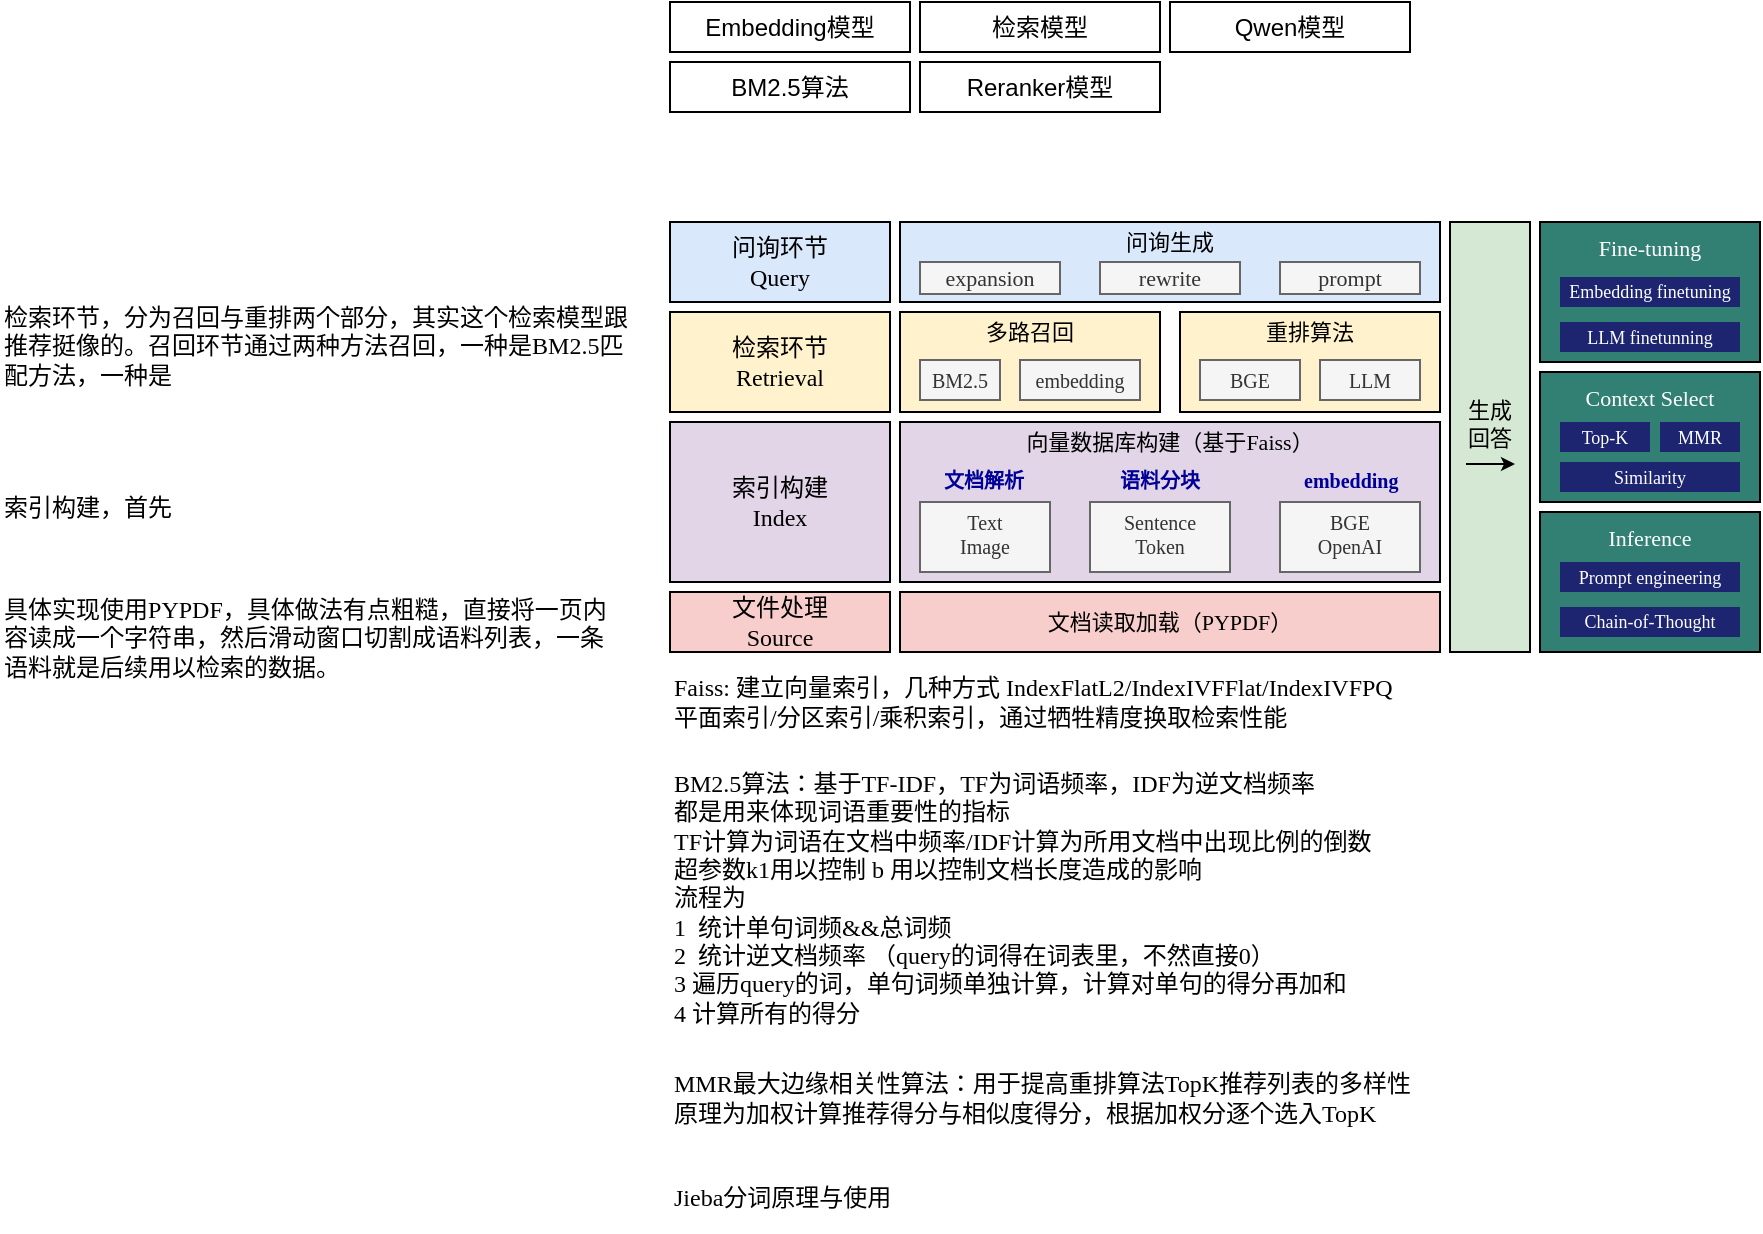
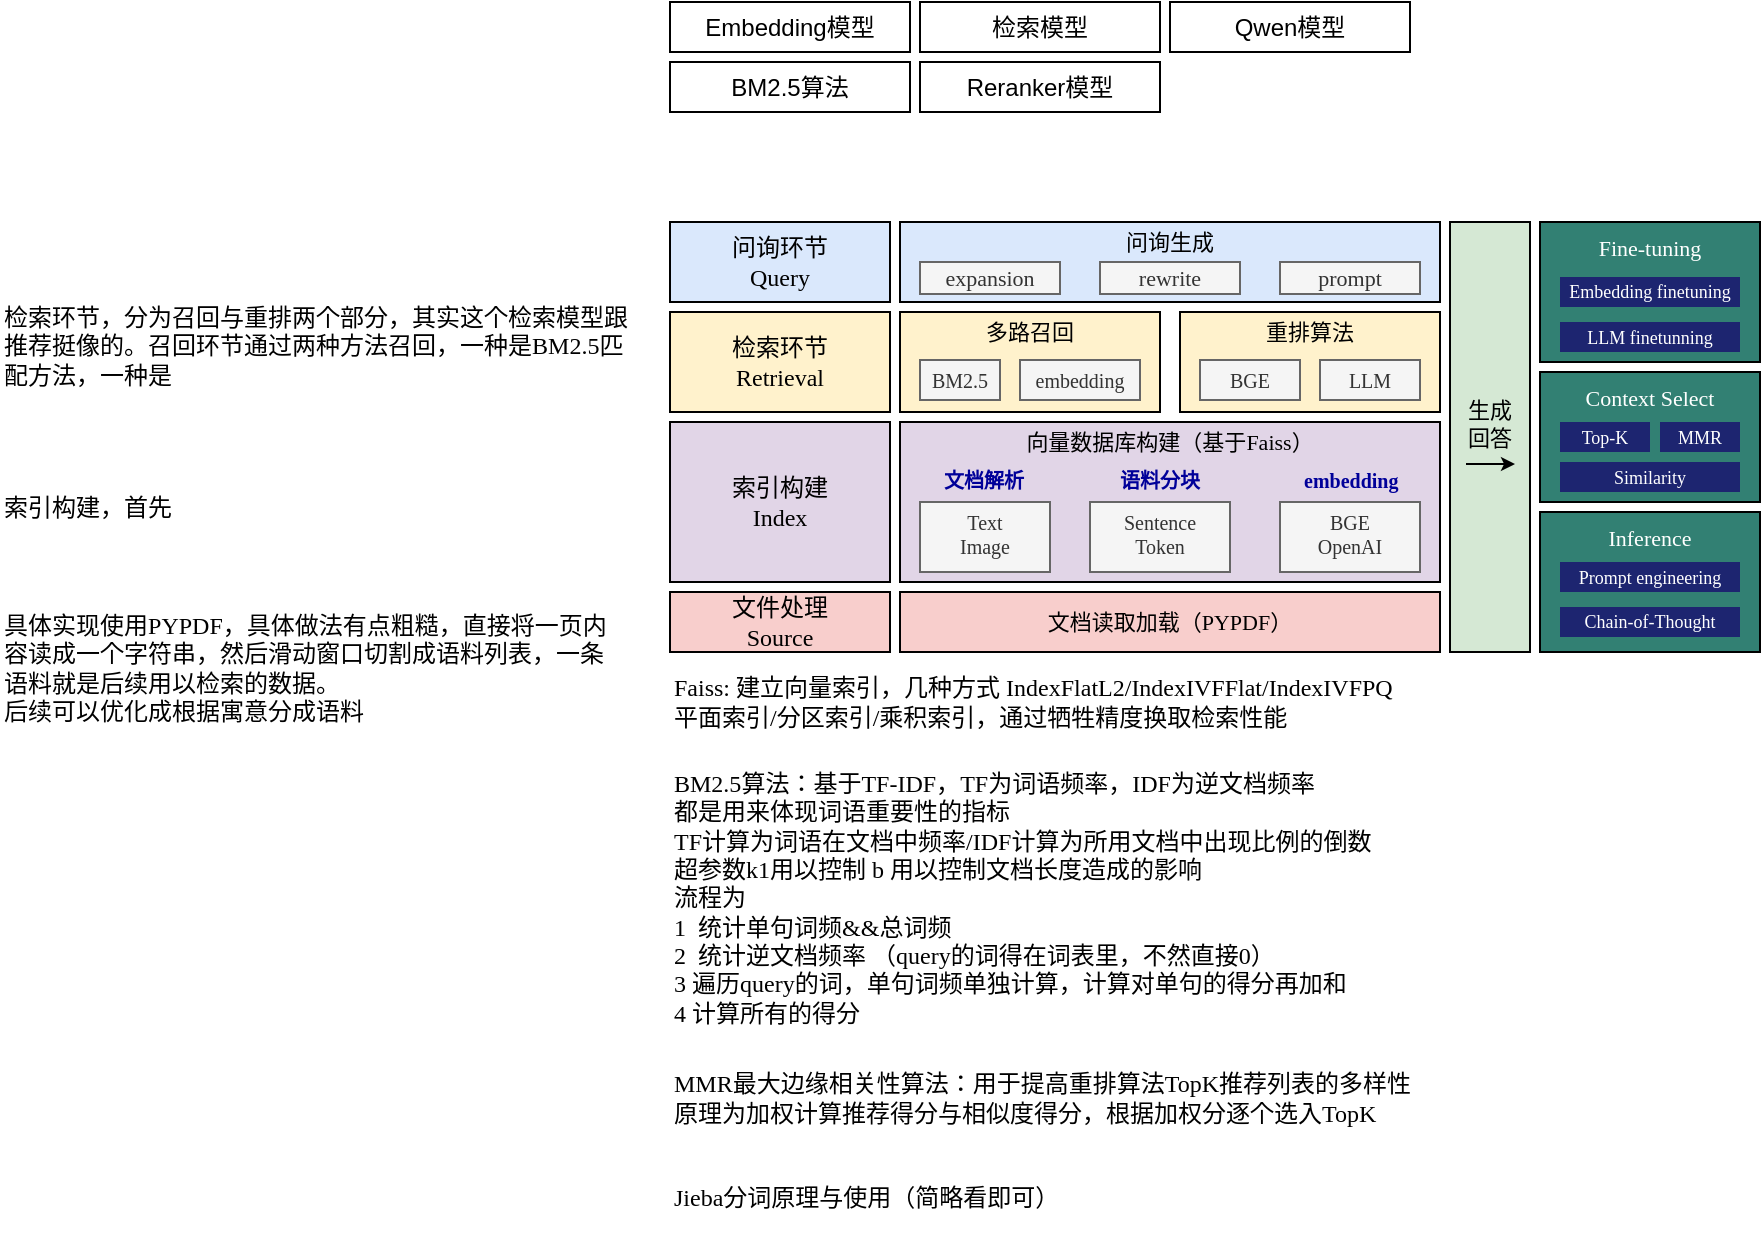
- <mxfile host="app.diagrams.net" agent="Mozilla/5.0 (Windows NT 10.0; Win64; x64) AppleWebKit/537.36 (KHTML, like Gecko) Chrome/127.0.0.0 Safari/537.36 Edg/127.0.0.0" version="24.7.7">
+ <mxfile host="app.diagrams.net" agent="Mozilla/5.0 (Macintosh; Intel Mac OS X 10_15_7) AppleWebKit/537.36 (KHTML, like Gecko) Chrome/144.0.0.0 Safari/537.36" version="29.5.5">
  <diagram name="第 1 页" id="MafnV5kA-N-Bn0CcQXsm">
-     <mxGraphModel dx="1802" dy="834" grid="1" gridSize="5" guides="1" tooltips="1" connect="1" arrows="1" fold="1" page="0" pageScale="1" pageWidth="827" pageHeight="1169" math="0" shadow="0">
+     <mxGraphModel dx="1681" dy="901" grid="1" gridSize="5" guides="1" tooltips="1" connect="1" arrows="1" fold="1" page="0" pageScale="1" pageWidth="827" pageHeight="1169" math="0" shadow="0">
      <root>
        <mxCell id="0" />
        <mxCell id="1" parent="0" />
-         <mxCell id="W3ZhN9rzalotpdxbDRm3-1" value="Qwen模型" style="rounded=0;whiteSpace=wrap;html=1;" parent="1" vertex="1">
-           <mxGeometry x="165" y="-50" width="120" height="25" as="geometry" />
+         <mxCell id="W3ZhN9rzalotpdxbDRm3-1" parent="1" style="rounded=0;whiteSpace=wrap;html=1;" value="Qwen模型" vertex="1">
+           <mxGeometry height="25" width="120" x="165" y="-50" as="geometry" />
        </mxCell>
-         <mxCell id="W3ZhN9rzalotpdxbDRm3-2" value="Embedding模型" style="rounded=0;whiteSpace=wrap;html=1;" parent="1" vertex="1">
-           <mxGeometry x="-85" y="-50" width="120" height="25" as="geometry" />
+         <mxCell id="W3ZhN9rzalotpdxbDRm3-2" parent="1" style="rounded=0;whiteSpace=wrap;html=1;" value="Embedding模型" vertex="1">
+           <mxGeometry height="25" width="120" x="-85" y="-50" as="geometry" />
        </mxCell>
-         <mxCell id="W3ZhN9rzalotpdxbDRm3-3" value="BM2.5算法" style="rounded=0;whiteSpace=wrap;html=1;" parent="1" vertex="1">
-           <mxGeometry x="-85" y="-20" width="120" height="25" as="geometry" />
+         <mxCell id="W3ZhN9rzalotpdxbDRm3-3" parent="1" style="rounded=0;whiteSpace=wrap;html=1;" value="BM2.5算法" vertex="1">
+           <mxGeometry height="25" width="120" x="-85" y="-20" as="geometry" />
        </mxCell>
-         <mxCell id="W3ZhN9rzalotpdxbDRm3-4" value="检索模型" style="rounded=0;whiteSpace=wrap;html=1;" parent="1" vertex="1">
-           <mxGeometry x="40" y="-50" width="120" height="25" as="geometry" />
+         <mxCell id="W3ZhN9rzalotpdxbDRm3-4" parent="1" style="rounded=0;whiteSpace=wrap;html=1;" value="检索模型" vertex="1">
+           <mxGeometry height="25" width="120" x="40" y="-50" as="geometry" />
        </mxCell>
-         <mxCell id="O_Eo14AQ1HiPcfrSu76b-1" value="Reranker模型" style="rounded=0;whiteSpace=wrap;html=1;" parent="1" vertex="1">
-           <mxGeometry x="40" y="-20" width="120" height="25" as="geometry" />
+         <mxCell id="O_Eo14AQ1HiPcfrSu76b-1" parent="1" style="rounded=0;whiteSpace=wrap;html=1;" value="Reranker模型" vertex="1">
+           <mxGeometry height="25" width="120" x="40" y="-20" as="geometry" />
        </mxCell>
-         <mxCell id="O_Eo14AQ1HiPcfrSu76b-2" value="&lt;div&gt;&lt;font face=&quot;宋体&quot;&gt;问询环节&lt;/font&gt;&lt;/div&gt;Query" style="rounded=0;whiteSpace=wrap;html=1;fillColor=#dae8fc;strokeColor=#000000;fontFamily=Times New Roman;" parent="1" vertex="1">
-           <mxGeometry x="-85" y="60" width="110" height="40" as="geometry" />
+         <mxCell id="O_Eo14AQ1HiPcfrSu76b-2" parent="1" style="rounded=0;whiteSpace=wrap;html=1;fillColor=#dae8fc;strokeColor=#000000;fontFamily=Times New Roman;" value="&lt;div&gt;&lt;font face=&quot;宋体&quot;&gt;问询环节&lt;/font&gt;&lt;/div&gt;Query" vertex="1">
+           <mxGeometry height="40" width="110" x="-85" y="60" as="geometry" />
        </mxCell>
-         <mxCell id="O_Eo14AQ1HiPcfrSu76b-3" value="&lt;div style=&quot;font-size: 11px;&quot;&gt;&lt;font face=&quot;宋体&quot;&gt;问询生成&lt;/font&gt;&lt;/div&gt;" style="rounded=0;whiteSpace=wrap;html=1;fillColor=#dae8fc;strokeColor=#000000;verticalAlign=top;fontSize=11;fontFamily=Times New Roman;spacing=-1;" parent="1" vertex="1">
-           <mxGeometry x="30" y="60" width="270" height="40" as="geometry" />
+         <mxCell id="O_Eo14AQ1HiPcfrSu76b-3" parent="1" style="rounded=0;whiteSpace=wrap;html=1;fillColor=#dae8fc;strokeColor=#000000;verticalAlign=top;fontSize=11;fontFamily=Times New Roman;spacing=-1;" value="&lt;div style=&quot;font-size: 11px;&quot;&gt;&lt;font face=&quot;宋体&quot;&gt;问询生成&lt;/font&gt;&lt;/div&gt;" vertex="1">
+           <mxGeometry height="40" width="270" x="30" y="60" as="geometry" />
        </mxCell>
-         <mxCell id="O_Eo14AQ1HiPcfrSu76b-4" value="&lt;span style=&quot;font-size: 11px;&quot;&gt;expansion&lt;/span&gt;" style="rounded=0;whiteSpace=wrap;html=1;verticalAlign=middle;fontFamily=Times New Roman;fillColor=#f5f5f5;strokeColor=#666666;strokeWidth=1;fontColor=#333333;fontSize=11;" parent="1" vertex="1">
-           <mxGeometry x="40" y="80" width="70" height="16" as="geometry" />
+         <mxCell id="O_Eo14AQ1HiPcfrSu76b-4" parent="1" style="rounded=0;whiteSpace=wrap;html=1;verticalAlign=middle;fontFamily=Times New Roman;fillColor=#f5f5f5;strokeColor=#666666;strokeWidth=1;fontColor=#333333;fontSize=11;" value="&lt;span style=&quot;font-size: 11px;&quot;&gt;expansion&lt;/span&gt;" vertex="1">
+           <mxGeometry height="16" width="70" x="40" y="80" as="geometry" />
        </mxCell>
-         <mxCell id="O_Eo14AQ1HiPcfrSu76b-6" value="&lt;span style=&quot;font-size: 11px;&quot;&gt;rewrite&lt;/span&gt;" style="rounded=0;whiteSpace=wrap;html=1;verticalAlign=middle;fontFamily=Times New Roman;fillColor=#f5f5f5;strokeColor=#666666;strokeWidth=1;fontColor=#333333;fontSize=11;" parent="1" vertex="1">
-           <mxGeometry x="130" y="80" width="70" height="16" as="geometry" />
+         <mxCell id="O_Eo14AQ1HiPcfrSu76b-6" parent="1" style="rounded=0;whiteSpace=wrap;html=1;verticalAlign=middle;fontFamily=Times New Roman;fillColor=#f5f5f5;strokeColor=#666666;strokeWidth=1;fontColor=#333333;fontSize=11;" value="&lt;span style=&quot;font-size: 11px;&quot;&gt;rewrite&lt;/span&gt;" vertex="1">
+           <mxGeometry height="16" width="70" x="130" y="80" as="geometry" />
        </mxCell>
-         <mxCell id="O_Eo14AQ1HiPcfrSu76b-7" value="&lt;span style=&quot;font-size: 11px;&quot;&gt;prompt&lt;/span&gt;" style="rounded=0;whiteSpace=wrap;html=1;verticalAlign=middle;fontFamily=Times New Roman;fillColor=#f5f5f5;strokeColor=#666666;strokeWidth=1;fontColor=#333333;fontSize=11;" parent="1" vertex="1">
-           <mxGeometry x="220" y="80" width="70" height="16" as="geometry" />
+         <mxCell id="O_Eo14AQ1HiPcfrSu76b-7" parent="1" style="rounded=0;whiteSpace=wrap;html=1;verticalAlign=middle;fontFamily=Times New Roman;fillColor=#f5f5f5;strokeColor=#666666;strokeWidth=1;fontColor=#333333;fontSize=11;" value="&lt;span style=&quot;font-size: 11px;&quot;&gt;prompt&lt;/span&gt;" vertex="1">
+           <mxGeometry height="16" width="70" x="220" y="80" as="geometry" />
        </mxCell>
-         <mxCell id="O_Eo14AQ1HiPcfrSu76b-8" value="&lt;div&gt;&lt;font face=&quot;宋体&quot;&gt;检索环节&lt;/font&gt;&lt;/div&gt;Retrieval" style="rounded=0;whiteSpace=wrap;html=1;fillColor=#fff2cc;strokeColor=#000000;fontFamily=Times New Roman;" parent="1" vertex="1">
-           <mxGeometry x="-85" y="105" width="110" height="50" as="geometry" />
+         <mxCell id="O_Eo14AQ1HiPcfrSu76b-8" parent="1" style="rounded=0;whiteSpace=wrap;html=1;fillColor=#fff2cc;strokeColor=#000000;fontFamily=Times New Roman;" value="&lt;div&gt;&lt;font face=&quot;宋体&quot;&gt;检索环节&lt;/font&gt;&lt;/div&gt;Retrieval" vertex="1">
+           <mxGeometry height="50" width="110" x="-85" y="105" as="geometry" />
        </mxCell>
-         <mxCell id="O_Eo14AQ1HiPcfrSu76b-10" value="&lt;div style=&quot;font-size: 11px;&quot;&gt;多路召回&lt;/div&gt;" style="rounded=0;whiteSpace=wrap;html=1;fillColor=#fff2cc;strokeColor=#000000;verticalAlign=top;fontSize=11;fontFamily=宋体;spacing=-1;" parent="1" vertex="1">
-           <mxGeometry x="30" y="105" width="130" height="50" as="geometry" />
+         <mxCell id="O_Eo14AQ1HiPcfrSu76b-10" parent="1" style="rounded=0;whiteSpace=wrap;html=1;fillColor=#fff2cc;strokeColor=#000000;verticalAlign=top;fontSize=11;fontFamily=宋体;spacing=-1;" value="&lt;div style=&quot;font-size: 11px;&quot;&gt;多路召回&lt;/div&gt;" vertex="1">
+           <mxGeometry height="50" width="130" x="30" y="105" as="geometry" />
        </mxCell>
-         <mxCell id="O_Eo14AQ1HiPcfrSu76b-11" value="&lt;span style=&quot;font-size: 10px;&quot;&gt;BM2.5&lt;/span&gt;" style="rounded=0;whiteSpace=wrap;html=1;verticalAlign=middle;fontFamily=Times New Roman;fillColor=#f5f5f5;strokeColor=#666666;strokeWidth=1;fontColor=#333333;fontSize=10;" parent="1" vertex="1">
-           <mxGeometry x="40" y="129" width="40" height="20" as="geometry" />
+         <mxCell id="O_Eo14AQ1HiPcfrSu76b-11" parent="1" style="rounded=0;whiteSpace=wrap;html=1;verticalAlign=middle;fontFamily=Times New Roman;fillColor=#f5f5f5;strokeColor=#666666;strokeWidth=1;fontColor=#333333;fontSize=10;" value="&lt;span style=&quot;font-size: 10px;&quot;&gt;BM2.5&lt;/span&gt;" vertex="1">
+           <mxGeometry height="20" width="40" x="40" y="129" as="geometry" />
        </mxCell>
-         <mxCell id="O_Eo14AQ1HiPcfrSu76b-12" value="&lt;span style=&quot;font-size: 10px;&quot;&gt;embedding&lt;/span&gt;" style="rounded=0;whiteSpace=wrap;html=1;verticalAlign=middle;fontFamily=Times New Roman;fillColor=#f5f5f5;strokeColor=#666666;strokeWidth=1;fontColor=#333333;fontSize=10;" parent="1" vertex="1">
-           <mxGeometry x="90" y="129" width="60" height="20" as="geometry" />
+         <mxCell id="O_Eo14AQ1HiPcfrSu76b-12" parent="1" style="rounded=0;whiteSpace=wrap;html=1;verticalAlign=middle;fontFamily=Times New Roman;fillColor=#f5f5f5;strokeColor=#666666;strokeWidth=1;fontColor=#333333;fontSize=10;" value="&lt;span style=&quot;font-size: 10px;&quot;&gt;embedding&lt;/span&gt;" vertex="1">
+           <mxGeometry height="20" width="60" x="90" y="129" as="geometry" />
        </mxCell>
-         <mxCell id="O_Eo14AQ1HiPcfrSu76b-13" value="&lt;div style=&quot;font-size: 11px;&quot;&gt;重排算法&lt;/div&gt;" style="rounded=0;whiteSpace=wrap;html=1;fillColor=#fff2cc;strokeColor=#000000;verticalAlign=top;fontSize=11;fontFamily=宋体;spacing=-1;" parent="1" vertex="1">
-           <mxGeometry x="170" y="105" width="130" height="50" as="geometry" />
+         <mxCell id="O_Eo14AQ1HiPcfrSu76b-13" parent="1" style="rounded=0;whiteSpace=wrap;html=1;fillColor=#fff2cc;strokeColor=#000000;verticalAlign=top;fontSize=11;fontFamily=宋体;spacing=-1;" value="&lt;div style=&quot;font-size: 11px;&quot;&gt;重排算法&lt;/div&gt;" vertex="1">
+           <mxGeometry height="50" width="130" x="170" y="105" as="geometry" />
        </mxCell>
-         <mxCell id="O_Eo14AQ1HiPcfrSu76b-14" value="&lt;div style=&quot;font-size: 11px;&quot;&gt;生成&lt;/div&gt;&lt;div style=&quot;font-size: 11px;&quot;&gt;回答&lt;/div&gt;" style="rounded=0;whiteSpace=wrap;html=1;fillColor=#d5e8d4;strokeColor=#000000;verticalAlign=middle;fontSize=11;fontFamily=宋体;spacingTop=-14;" parent="1" vertex="1">
-           <mxGeometry x="305" y="60" width="40" height="215" as="geometry" />
+         <mxCell id="O_Eo14AQ1HiPcfrSu76b-14" parent="1" style="rounded=0;whiteSpace=wrap;html=1;fillColor=#d5e8d4;strokeColor=#000000;verticalAlign=middle;fontSize=11;fontFamily=宋体;spacingTop=-14;" value="&lt;div style=&quot;font-size: 11px;&quot;&gt;生成&lt;/div&gt;&lt;div style=&quot;font-size: 11px;&quot;&gt;回答&lt;/div&gt;" vertex="1">
+           <mxGeometry height="215" width="40" x="305" y="60" as="geometry" />
        </mxCell>
-         <mxCell id="O_Eo14AQ1HiPcfrSu76b-15" value="&lt;span style=&quot;font-size: 10px;&quot;&gt;BGE&lt;/span&gt;" style="rounded=0;whiteSpace=wrap;html=1;verticalAlign=middle;fontFamily=Times New Roman;fillColor=#f5f5f5;strokeColor=#666666;strokeWidth=1;fontColor=#333333;fontSize=10;" parent="1" vertex="1">
-           <mxGeometry x="180" y="129" width="50" height="20" as="geometry" />
+         <mxCell id="O_Eo14AQ1HiPcfrSu76b-15" parent="1" style="rounded=0;whiteSpace=wrap;html=1;verticalAlign=middle;fontFamily=Times New Roman;fillColor=#f5f5f5;strokeColor=#666666;strokeWidth=1;fontColor=#333333;fontSize=10;" value="&lt;span style=&quot;font-size: 10px;&quot;&gt;BGE&lt;/span&gt;" vertex="1">
+           <mxGeometry height="20" width="50" x="180" y="129" as="geometry" />
        </mxCell>
-         <mxCell id="O_Eo14AQ1HiPcfrSu76b-16" value="&lt;span style=&quot;font-size: 10px;&quot;&gt;LLM&lt;/span&gt;" style="rounded=0;whiteSpace=wrap;html=1;verticalAlign=middle;fontFamily=Times New Roman;fillColor=#f5f5f5;strokeColor=#666666;strokeWidth=1;fontColor=#333333;fontSize=10;" parent="1" vertex="1">
-           <mxGeometry x="240" y="129" width="50" height="20" as="geometry" />
+         <mxCell id="O_Eo14AQ1HiPcfrSu76b-16" parent="1" style="rounded=0;whiteSpace=wrap;html=1;verticalAlign=middle;fontFamily=Times New Roman;fillColor=#f5f5f5;strokeColor=#666666;strokeWidth=1;fontColor=#333333;fontSize=10;" value="&lt;span style=&quot;font-size: 10px;&quot;&gt;LLM&lt;/span&gt;" vertex="1">
+           <mxGeometry height="20" width="50" x="240" y="129" as="geometry" />
        </mxCell>
-         <mxCell id="O_Eo14AQ1HiPcfrSu76b-17" value="&lt;div&gt;&lt;font face=&quot;宋体&quot;&gt;索引构建&lt;/font&gt;&lt;/div&gt;Index" style="rounded=0;whiteSpace=wrap;html=1;fillColor=#e1d5e7;strokeColor=#000000;fontFamily=Times New Roman;" parent="1" vertex="1">
-           <mxGeometry x="-85" y="160" width="110" height="80" as="geometry" />
+         <mxCell id="O_Eo14AQ1HiPcfrSu76b-17" parent="1" style="rounded=0;whiteSpace=wrap;html=1;fillColor=#e1d5e7;strokeColor=#000000;fontFamily=Times New Roman;" value="&lt;div&gt;&lt;font face=&quot;宋体&quot;&gt;索引构建&lt;/font&gt;&lt;/div&gt;Index" vertex="1">
+           <mxGeometry height="80" width="110" x="-85" y="160" as="geometry" />
        </mxCell>
-         <mxCell id="O_Eo14AQ1HiPcfrSu76b-18" value="&lt;div&gt;&lt;font face=&quot;宋体&quot;&gt;文件处理&lt;/font&gt;&lt;/div&gt;Source" style="rounded=0;whiteSpace=wrap;html=1;fillColor=#f8cecc;strokeColor=#000000;fontFamily=Times New Roman;" parent="1" vertex="1">
-           <mxGeometry x="-85" y="245" width="110" height="30" as="geometry" />
+         <mxCell id="O_Eo14AQ1HiPcfrSu76b-18" parent="1" style="rounded=0;whiteSpace=wrap;html=1;fillColor=#f8cecc;strokeColor=#000000;fontFamily=Times New Roman;" value="&lt;div&gt;&lt;font face=&quot;宋体&quot;&gt;文件处理&lt;/font&gt;&lt;/div&gt;Source" vertex="1">
+           <mxGeometry height="30" width="110" x="-85" y="245" as="geometry" />
        </mxCell>
-         <mxCell id="O_Eo14AQ1HiPcfrSu76b-19" value="&lt;div style=&quot;font-size: 11px;&quot;&gt;&lt;font face=&quot;宋体&quot;&gt;向量数据库构建（基于&lt;/font&gt;&lt;span style=&quot;background-color: initial;&quot;&gt;Faiss&lt;/span&gt;&lt;span style=&quot;font-family: 宋体; background-color: initial;&quot;&gt;）&lt;/span&gt;&lt;/div&gt;" style="rounded=0;whiteSpace=wrap;html=1;fillColor=#e1d5e7;strokeColor=#000000;verticalAlign=top;fontSize=11;fontFamily=Times New Roman;spacing=-1;" parent="1" vertex="1">
-           <mxGeometry x="30" y="160" width="270" height="80" as="geometry" />
+         <mxCell id="O_Eo14AQ1HiPcfrSu76b-19" parent="1" style="rounded=0;whiteSpace=wrap;html=1;fillColor=#e1d5e7;strokeColor=#000000;verticalAlign=top;fontSize=11;fontFamily=Times New Roman;spacing=-1;" value="&lt;div style=&quot;font-size: 11px;&quot;&gt;&lt;font face=&quot;宋体&quot;&gt;向量数据库构建（基于&lt;/font&gt;&lt;span style=&quot;background-color: initial;&quot;&gt;Faiss&lt;/span&gt;&lt;span style=&quot;font-family: 宋体; background-color: initial;&quot;&gt;）&lt;/span&gt;&lt;/div&gt;" vertex="1">
+           <mxGeometry height="80" width="270" x="30" y="160" as="geometry" />
        </mxCell>
-         <mxCell id="O_Eo14AQ1HiPcfrSu76b-20" value="&lt;div style=&quot;font-size: 11px;&quot;&gt;&lt;font face=&quot;宋体&quot;&gt;文档读取加载（&lt;/font&gt;&lt;span style=&quot;background-color: initial;&quot;&gt;PYPDF&lt;/span&gt;&lt;span style=&quot;font-family: 宋体; background-color: initial;&quot;&gt;）&lt;/span&gt;&lt;/div&gt;" style="rounded=0;whiteSpace=wrap;html=1;fillColor=#f8cecc;strokeColor=#000000;verticalAlign=middle;fontSize=11;fontFamily=Times New Roman;" parent="1" vertex="1">
-           <mxGeometry x="30" y="245" width="270" height="30" as="geometry" />
+         <mxCell id="O_Eo14AQ1HiPcfrSu76b-20" parent="1" style="rounded=0;whiteSpace=wrap;html=1;fillColor=#f8cecc;strokeColor=#000000;verticalAlign=middle;fontSize=11;fontFamily=Times New Roman;" value="&lt;div style=&quot;font-size: 11px;&quot;&gt;&lt;font face=&quot;宋体&quot;&gt;文档读取加载（&lt;/font&gt;&lt;span style=&quot;background-color: initial;&quot;&gt;PYPDF&lt;/span&gt;&lt;span style=&quot;font-family: 宋体; background-color: initial;&quot;&gt;）&lt;/span&gt;&lt;/div&gt;" vertex="1">
+           <mxGeometry height="30" width="270" x="30" y="245" as="geometry" />
        </mxCell>
-         <mxCell id="O_Eo14AQ1HiPcfrSu76b-21" value="&lt;div&gt;&lt;span style=&quot;background-color: initial; text-align: left;&quot;&gt;Text&lt;/span&gt;&lt;div&gt;&lt;div&gt;&lt;font&gt;Image&lt;/font&gt;&lt;/div&gt;&lt;/div&gt;&lt;/div&gt;" style="rounded=0;whiteSpace=wrap;html=1;verticalAlign=top;fontFamily=Times New Roman;fillColor=#f5f5f5;strokeColor=#666666;strokeWidth=1;fontColor=#333333;fontSize=10;spacing=0;" parent="1" vertex="1">
-           <mxGeometry x="40" y="200" width="65" height="35" as="geometry" />
+         <mxCell id="O_Eo14AQ1HiPcfrSu76b-21" parent="1" style="rounded=0;whiteSpace=wrap;html=1;verticalAlign=top;fontFamily=Times New Roman;fillColor=#f5f5f5;strokeColor=#666666;strokeWidth=1;fontColor=#333333;fontSize=10;spacing=0;" value="&lt;div&gt;&lt;span style=&quot;background-color: initial; text-align: left;&quot;&gt;Text&lt;/span&gt;&lt;div&gt;&lt;div&gt;&lt;font&gt;Image&lt;/font&gt;&lt;/div&gt;&lt;/div&gt;&lt;/div&gt;" vertex="1">
+           <mxGeometry height="35" width="65" x="40" y="200" as="geometry" />
        </mxCell>
-         <mxCell id="O_Eo14AQ1HiPcfrSu76b-23" value="Sentence&lt;div&gt;Token&lt;/div&gt;" style="rounded=0;whiteSpace=wrap;html=1;verticalAlign=top;fontFamily=Times New Roman;fillColor=#f5f5f5;strokeColor=#666666;strokeWidth=1;fontColor=#333333;fontSize=10;spacing=0;" parent="1" vertex="1">
-           <mxGeometry x="125" y="200" width="70" height="35" as="geometry" />
+         <mxCell id="O_Eo14AQ1HiPcfrSu76b-23" parent="1" style="rounded=0;whiteSpace=wrap;html=1;verticalAlign=top;fontFamily=Times New Roman;fillColor=#f5f5f5;strokeColor=#666666;strokeWidth=1;fontColor=#333333;fontSize=10;spacing=0;" value="Sentence&lt;div&gt;Token&lt;/div&gt;" vertex="1">
+           <mxGeometry height="35" width="70" x="125" y="200" as="geometry" />
        </mxCell>
-         <mxCell id="O_Eo14AQ1HiPcfrSu76b-24" value="&lt;div&gt;BGE&lt;/div&gt;&lt;div&gt;OpenAI&lt;/div&gt;" style="rounded=0;whiteSpace=wrap;html=1;verticalAlign=top;fontFamily=Times New Roman;fillColor=#f5f5f5;strokeColor=#666666;strokeWidth=1;fontColor=#333333;fontSize=10;spacing=0;" parent="1" vertex="1">
-           <mxGeometry x="220" y="200" width="70" height="35" as="geometry" />
+         <mxCell id="O_Eo14AQ1HiPcfrSu76b-24" parent="1" style="rounded=0;whiteSpace=wrap;html=1;verticalAlign=top;fontFamily=Times New Roman;fillColor=#f5f5f5;strokeColor=#666666;strokeWidth=1;fontColor=#333333;fontSize=10;spacing=0;" value="&lt;div&gt;BGE&lt;/div&gt;&lt;div&gt;OpenAI&lt;/div&gt;" vertex="1">
+           <mxGeometry height="35" width="70" x="220" y="200" as="geometry" />
        </mxCell>
-         <mxCell id="O_Eo14AQ1HiPcfrSu76b-28" value="&lt;span style=&quot;font-family: 宋体; font-size: 10px; font-style: normal; font-variant-ligatures: normal; font-variant-caps: normal; letter-spacing: normal; orphans: 2; text-align: center; text-indent: 0px; text-transform: none; widows: 2; word-spacing: 0px; -webkit-text-stroke-width: 0px; white-space: normal; text-decoration-thickness: initial; text-decoration-style: initial; text-decoration-color: initial; float: none; display: inline !important;&quot;&gt;文档解析&lt;/span&gt;" style="text;whiteSpace=wrap;html=1;fillColor=none;labelBackgroundColor=none;fontColor=#000099;fontStyle=1" parent="1" vertex="1">
-           <mxGeometry x="50" y="175" width="45" height="25" as="geometry" />
+         <mxCell id="O_Eo14AQ1HiPcfrSu76b-28" parent="1" style="text;whiteSpace=wrap;html=1;fillColor=none;labelBackgroundColor=none;fontColor=#000099;fontStyle=1" value="&lt;span style=&quot;font-family: 宋体; font-size: 10px; font-style: normal; font-variant-ligatures: normal; font-variant-caps: normal; letter-spacing: normal; orphans: 2; text-align: center; text-indent: 0px; text-transform: none; widows: 2; word-spacing: 0px; -webkit-text-stroke-width: 0px; white-space: normal; text-decoration-thickness: initial; text-decoration-style: initial; text-decoration-color: initial; float: none; display: inline !important;&quot;&gt;文档解析&lt;/span&gt;" vertex="1">
+           <mxGeometry height="25" width="45" x="50" y="175" as="geometry" />
        </mxCell>
-         <mxCell id="O_Eo14AQ1HiPcfrSu76b-29" value="&lt;span style=&quot;font-family: 宋体; font-size: 10px; font-style: normal; font-variant-ligatures: normal; font-variant-caps: normal; letter-spacing: normal; orphans: 2; text-align: center; text-indent: 0px; text-transform: none; widows: 2; word-spacing: 0px; -webkit-text-stroke-width: 0px; white-space: normal; text-decoration-thickness: initial; text-decoration-style: initial; text-decoration-color: initial; float: none; display: inline !important;&quot;&gt;语料分块&lt;/span&gt;" style="text;whiteSpace=wrap;html=1;fillColor=none;labelBackgroundColor=none;fontColor=#000099;fontStyle=1" parent="1" vertex="1">
-           <mxGeometry x="137.5" y="175" width="45" height="25" as="geometry" />
+         <mxCell id="O_Eo14AQ1HiPcfrSu76b-29" parent="1" style="text;whiteSpace=wrap;html=1;fillColor=none;labelBackgroundColor=none;fontColor=#000099;fontStyle=1" value="&lt;span style=&quot;font-family: 宋体; font-size: 10px; font-style: normal; font-variant-ligatures: normal; font-variant-caps: normal; letter-spacing: normal; orphans: 2; text-align: center; text-indent: 0px; text-transform: none; widows: 2; word-spacing: 0px; -webkit-text-stroke-width: 0px; white-space: normal; text-decoration-thickness: initial; text-decoration-style: initial; text-decoration-color: initial; float: none; display: inline !important;&quot;&gt;语料分块&lt;/span&gt;" vertex="1">
+           <mxGeometry height="25" width="45" x="137.5" y="175" as="geometry" />
        </mxCell>
-         <mxCell id="O_Eo14AQ1HiPcfrSu76b-30" value="&lt;span style=&quot;font-size: 10px; font-style: normal; font-variant-ligatures: normal; font-variant-caps: normal; letter-spacing: normal; orphans: 2; text-align: center; text-indent: 0px; text-transform: none; widows: 2; word-spacing: 0px; -webkit-text-stroke-width: 0px; white-space: normal; text-decoration-thickness: initial; text-decoration-style: initial; text-decoration-color: initial; float: none; display: inline !important;&quot;&gt;embedding&lt;/span&gt;" style="text;whiteSpace=wrap;html=1;fillColor=none;labelBackgroundColor=none;fontColor=#000099;fontStyle=1;fontFamily=Times New Roman;" parent="1" vertex="1">
-           <mxGeometry x="230" y="175" width="50" height="25" as="geometry" />
+         <mxCell id="O_Eo14AQ1HiPcfrSu76b-30" parent="1" style="text;whiteSpace=wrap;html=1;fillColor=none;labelBackgroundColor=none;fontColor=#000099;fontStyle=1;fontFamily=Times New Roman;" value="&lt;span style=&quot;font-size: 10px; font-style: normal; font-variant-ligatures: normal; font-variant-caps: normal; letter-spacing: normal; orphans: 2; text-align: center; text-indent: 0px; text-transform: none; widows: 2; word-spacing: 0px; -webkit-text-stroke-width: 0px; white-space: normal; text-decoration-thickness: initial; text-decoration-style: initial; text-decoration-color: initial; float: none; display: inline !important;&quot;&gt;embedding&lt;/span&gt;" vertex="1">
+           <mxGeometry height="25" width="50" x="230" y="175" as="geometry" />
        </mxCell>
-         <mxCell id="O_Eo14AQ1HiPcfrSu76b-32" value="&lt;div style=&quot;font-size: 11px;&quot;&gt;Fine-tuning&lt;/div&gt;" style="rounded=0;whiteSpace=wrap;html=1;fillColor=#328073;strokeColor=#000000;verticalAlign=top;fontSize=11;fontFamily=Times New Roman;fontColor=#FFFFFF;" parent="1" vertex="1">
-           <mxGeometry x="350" y="60" width="110" height="70" as="geometry" />
+         <mxCell id="O_Eo14AQ1HiPcfrSu76b-32" parent="1" style="rounded=0;whiteSpace=wrap;html=1;fillColor=#328073;strokeColor=#000000;verticalAlign=top;fontSize=11;fontFamily=Times New Roman;fontColor=#FFFFFF;" value="&lt;div style=&quot;font-size: 11px;&quot;&gt;Fine-tuning&lt;/div&gt;" vertex="1">
+           <mxGeometry height="70" width="110" x="350" y="60" as="geometry" />
        </mxCell>
-         <mxCell id="O_Eo14AQ1HiPcfrSu76b-33" value="&lt;div style=&quot;font-size: 11px;&quot;&gt;Context Select&lt;/div&gt;" style="rounded=0;whiteSpace=wrap;html=1;fillColor=#328073;strokeColor=#000000;verticalAlign=top;fontSize=11;fontFamily=Times New Roman;fontColor=#FFFFFF;" parent="1" vertex="1">
-           <mxGeometry x="350" y="135" width="110" height="65" as="geometry" />
+         <mxCell id="O_Eo14AQ1HiPcfrSu76b-33" parent="1" style="rounded=0;whiteSpace=wrap;html=1;fillColor=#328073;strokeColor=#000000;verticalAlign=top;fontSize=11;fontFamily=Times New Roman;fontColor=#FFFFFF;" value="&lt;div style=&quot;font-size: 11px;&quot;&gt;Context Select&lt;/div&gt;" vertex="1">
+           <mxGeometry height="65" width="110" x="350" y="135" as="geometry" />
        </mxCell>
-         <mxCell id="O_Eo14AQ1HiPcfrSu76b-34" value="&lt;span style=&quot;font-size: 9px;&quot;&gt;Top-K&lt;/span&gt;" style="rounded=0;whiteSpace=wrap;html=1;verticalAlign=middle;fontFamily=Times New Roman;fillColor=#1D2570;strokeColor=none;strokeWidth=1;fontColor=#FFFFFF;fontSize=9;" parent="1" vertex="1">
-           <mxGeometry x="360" y="160" width="45" height="15" as="geometry" />
+         <mxCell id="O_Eo14AQ1HiPcfrSu76b-34" parent="1" style="rounded=0;whiteSpace=wrap;html=1;verticalAlign=middle;fontFamily=Times New Roman;fillColor=#1D2570;strokeColor=none;strokeWidth=1;fontColor=#FFFFFF;fontSize=9;" value="&lt;span style=&quot;font-size: 9px;&quot;&gt;Top-K&lt;/span&gt;" vertex="1">
+           <mxGeometry height="15" width="45" x="360" y="160" as="geometry" />
        </mxCell>
-         <mxCell id="O_Eo14AQ1HiPcfrSu76b-35" value="&lt;span style=&quot;font-size: 9px;&quot;&gt;MMR&lt;/span&gt;" style="rounded=0;whiteSpace=wrap;html=1;verticalAlign=middle;fontFamily=Times New Roman;fillColor=#1D2570;strokeColor=none;strokeWidth=1;fontColor=#FFFFFF;fontSize=9;" parent="1" vertex="1">
-           <mxGeometry x="410" y="160" width="40" height="15" as="geometry" />
+         <mxCell id="O_Eo14AQ1HiPcfrSu76b-35" parent="1" style="rounded=0;whiteSpace=wrap;html=1;verticalAlign=middle;fontFamily=Times New Roman;fillColor=#1D2570;strokeColor=none;strokeWidth=1;fontColor=#FFFFFF;fontSize=9;" value="&lt;span style=&quot;font-size: 9px;&quot;&gt;MMR&lt;/span&gt;" vertex="1">
+           <mxGeometry height="15" width="40" x="410" y="160" as="geometry" />
        </mxCell>
-         <mxCell id="O_Eo14AQ1HiPcfrSu76b-36" value="&lt;span style=&quot;font-size: 9px;&quot;&gt;Similarity&lt;/span&gt;" style="rounded=0;whiteSpace=wrap;html=1;verticalAlign=middle;fontFamily=Times New Roman;fillColor=#1D2570;strokeColor=none;strokeWidth=1;fontColor=#FFFFFF;fontSize=9;" parent="1" vertex="1">
-           <mxGeometry x="360" y="180" width="90" height="15" as="geometry" />
+         <mxCell id="O_Eo14AQ1HiPcfrSu76b-36" parent="1" style="rounded=0;whiteSpace=wrap;html=1;verticalAlign=middle;fontFamily=Times New Roman;fillColor=#1D2570;strokeColor=none;strokeWidth=1;fontColor=#FFFFFF;fontSize=9;" value="&lt;span style=&quot;font-size: 9px;&quot;&gt;Similarity&lt;/span&gt;" vertex="1">
+           <mxGeometry height="15" width="90" x="360" y="180" as="geometry" />
        </mxCell>
-         <mxCell id="O_Eo14AQ1HiPcfrSu76b-37" value="&lt;div style=&quot;font-size: 11px;&quot;&gt;Inference&lt;/div&gt;&lt;div style=&quot;font-size: 11px;&quot;&gt;&lt;br&gt;&lt;/div&gt;" style="rounded=0;whiteSpace=wrap;html=1;fillColor=#328073;strokeColor=#000000;verticalAlign=top;fontSize=11;fontFamily=Times New Roman;fontColor=#FFFFFF;" parent="1" vertex="1">
-           <mxGeometry x="350" y="205" width="110" height="70" as="geometry" />
+         <mxCell id="O_Eo14AQ1HiPcfrSu76b-37" parent="1" style="rounded=0;whiteSpace=wrap;html=1;fillColor=#328073;strokeColor=#000000;verticalAlign=top;fontSize=11;fontFamily=Times New Roman;fontColor=#FFFFFF;" value="&lt;div style=&quot;font-size: 11px;&quot;&gt;Inference&lt;/div&gt;&lt;div style=&quot;font-size: 11px;&quot;&gt;&lt;br&gt;&lt;/div&gt;" vertex="1">
+           <mxGeometry height="70" width="110" x="350" y="205" as="geometry" />
        </mxCell>
-         <mxCell id="O_Eo14AQ1HiPcfrSu76b-38" value="&lt;span style=&quot;font-size: 9px;&quot;&gt;Prompt engineering&lt;/span&gt;" style="rounded=0;whiteSpace=wrap;html=1;verticalAlign=middle;fontFamily=Times New Roman;fillColor=#1D2570;strokeColor=none;strokeWidth=1;fontColor=#FFFFFF;fontSize=9;" parent="1" vertex="1">
-           <mxGeometry x="360" y="230" width="90" height="15" as="geometry" />
+         <mxCell id="O_Eo14AQ1HiPcfrSu76b-38" parent="1" style="rounded=0;whiteSpace=wrap;html=1;verticalAlign=middle;fontFamily=Times New Roman;fillColor=#1D2570;strokeColor=none;strokeWidth=1;fontColor=#FFFFFF;fontSize=9;" value="&lt;span style=&quot;font-size: 9px;&quot;&gt;Prompt engineering&lt;/span&gt;" vertex="1">
+           <mxGeometry height="15" width="90" x="360" y="230" as="geometry" />
        </mxCell>
-         <mxCell id="O_Eo14AQ1HiPcfrSu76b-39" value="Chain-of-Thought" style="rounded=0;whiteSpace=wrap;html=1;verticalAlign=middle;fontFamily=Times New Roman;fillColor=#1D2570;strokeColor=none;strokeWidth=1;fontColor=#FFFFFF;fontSize=9;" parent="1" vertex="1">
-           <mxGeometry x="360" y="252.5" width="90" height="15" as="geometry" />
+         <mxCell id="O_Eo14AQ1HiPcfrSu76b-39" parent="1" style="rounded=0;whiteSpace=wrap;html=1;verticalAlign=middle;fontFamily=Times New Roman;fillColor=#1D2570;strokeColor=none;strokeWidth=1;fontColor=#FFFFFF;fontSize=9;" value="Chain-of-Thought" vertex="1">
+           <mxGeometry height="15" width="90" x="360" y="252.5" as="geometry" />
        </mxCell>
-         <mxCell id="O_Eo14AQ1HiPcfrSu76b-40" value="&lt;font face=&quot;Times New Roman&quot;&gt;Faiss: &lt;/font&gt;&lt;font face=&quot;宋体&quot;&gt;建立向量索引，几种方式&amp;nbsp;&lt;/font&gt;&lt;font face=&quot;Times New Roman&quot;&gt;&lt;font style=&quot;background-color: initial;&quot;&gt;IndexFlatL2/&lt;/font&gt;&lt;span style=&quot;background-color: initial;&quot;&gt;IndexIVFFlat/IndexIVFPQ&lt;/span&gt;&lt;/font&gt;&lt;div&gt;&lt;font face=&quot;宋体&quot;&gt;平面索引/分区索引/乘积索引，通过牺牲精度换取检索性能&lt;/font&gt;&lt;/div&gt;" style="text;html=1;align=left;verticalAlign=middle;whiteSpace=wrap;rounded=0;fontFamily=宋体;" parent="1" vertex="1">
-           <mxGeometry x="-85" y="285" width="430" height="30" as="geometry" />
+         <mxCell id="O_Eo14AQ1HiPcfrSu76b-40" parent="1" style="text;html=1;align=left;verticalAlign=middle;whiteSpace=wrap;rounded=0;fontFamily=宋体;" value="&lt;font face=&quot;Times New Roman&quot;&gt;Faiss: &lt;/font&gt;&lt;font face=&quot;宋体&quot;&gt;建立向量索引，几种方式&amp;nbsp;&lt;/font&gt;&lt;font face=&quot;Times New Roman&quot;&gt;&lt;font style=&quot;background-color: initial;&quot;&gt;IndexFlatL2/&lt;/font&gt;&lt;span style=&quot;background-color: initial;&quot;&gt;IndexIVFFlat/IndexIVFPQ&lt;/span&gt;&lt;/font&gt;&lt;div&gt;&lt;font face=&quot;宋体&quot;&gt;平面索引/分区索引/乘积索引，通过牺牲精度换取检索性能&lt;/font&gt;&lt;/div&gt;" vertex="1">
+           <mxGeometry height="30" width="430" x="-85" y="285" as="geometry" />
        </mxCell>
-         <mxCell id="O_Eo14AQ1HiPcfrSu76b-41" value="" style="endArrow=classic;html=1;rounded=0;strokeWidth=1;endSize=4;" parent="1" edge="1">
-           <mxGeometry width="50" height="50" relative="1" as="geometry">
+         <mxCell id="O_Eo14AQ1HiPcfrSu76b-41" edge="1" parent="1" style="endArrow=classic;html=1;rounded=0;strokeWidth=1;endSize=4;" value="">
+           <mxGeometry height="50" relative="1" width="50" as="geometry">
            <mxPoint x="313" y="181" as="sourcePoint" />
            <mxPoint x="337.5" y="181" as="targetPoint" />
          </mxGeometry>
        </mxCell>
-         <mxCell id="O_Eo14AQ1HiPcfrSu76b-42" value="&lt;font face=&quot;Times New Roman&quot;&gt;BM2.5&lt;/font&gt;&lt;font face=&quot;宋体&quot;&gt;算法：基于&lt;/font&gt;&lt;font face=&quot;Times New Roman&quot;&gt;TF-IDF&lt;/font&gt;&lt;font face=&quot;宋体&quot;&gt;，&lt;/font&gt;&lt;font face=&quot;Times New Roman&quot;&gt;TF&lt;/font&gt;&lt;font face=&quot;宋体&quot;&gt;为词语频率，&lt;/font&gt;&lt;font face=&quot;Times New Roman&quot;&gt;IDF&lt;/font&gt;&lt;font face=&quot;宋体&quot;&gt;为逆文档频率&lt;/font&gt;&lt;div&gt;&lt;font face=&quot;宋体&quot;&gt;都是用来体现词语重要性的指标&lt;/font&gt;&lt;div&gt;&lt;font face=&quot;Times New Roman&quot;&gt;TF&lt;/font&gt;计算为词语在文档中频率/&lt;font face=&quot;Times New Roman&quot;&gt;IDF&lt;/font&gt;计算为所用文档中出现比例的倒数&lt;/div&gt;&lt;/div&gt;&lt;div&gt;超参数&lt;font face=&quot;Times New Roman&quot;&gt;k1&lt;/font&gt;用以控制 &lt;font face=&quot;Times New Roman&quot;&gt;b&lt;/font&gt; 用以控制文档长度造成的影响&lt;/div&gt;&lt;div&gt;流程为&lt;/div&gt;&lt;div&gt;&lt;font face=&quot;Times New Roman&quot;&gt;1&amp;nbsp;&amp;nbsp;&lt;/font&gt;统计单句词频&lt;font face=&quot;Times New Roman&quot;&gt;&amp;amp;&amp;amp;&lt;/font&gt;总词频&amp;nbsp;&lt;/div&gt;&lt;div&gt;&lt;font face=&quot;Times New Roman&quot;&gt;2&amp;nbsp;&amp;nbsp;&lt;/font&gt;统计逆文档频率 （&lt;font face=&quot;Times New Roman&quot;&gt;query&lt;/font&gt;的词得在词表里，不然直接&lt;font face=&quot;Times New Roman&quot;&gt;0&lt;/font&gt;）&lt;/div&gt;&lt;div&gt;&lt;font face=&quot;Times New Roman&quot;&gt;3&lt;/font&gt; 遍历&lt;font face=&quot;Times New Roman&quot;&gt;query&lt;/font&gt;的词，&lt;span style=&quot;background-color: initial;&quot;&gt;单句词频单独计算，&lt;/span&gt;&lt;span style=&quot;background-color: initial;&quot;&gt;计算对单句的得分再加和&lt;/span&gt;&lt;/div&gt;&lt;div&gt;&lt;span style=&quot;background-color: initial;&quot;&gt;&lt;font face=&quot;Times New Roman&quot;&gt;4&lt;/font&gt; 计算所有的得分&lt;/span&gt;&lt;/div&gt;" style="text;html=1;align=left;verticalAlign=middle;whiteSpace=wrap;rounded=0;fontFamily=宋体;" parent="1" vertex="1">
-           <mxGeometry x="-85" y="325" width="430" height="145" as="geometry" />
+         <mxCell id="O_Eo14AQ1HiPcfrSu76b-42" parent="1" style="text;html=1;align=left;verticalAlign=middle;whiteSpace=wrap;rounded=0;fontFamily=宋体;" value="&lt;font face=&quot;Times New Roman&quot;&gt;BM2.5&lt;/font&gt;&lt;font face=&quot;宋体&quot;&gt;算法：基于&lt;/font&gt;&lt;font face=&quot;Times New Roman&quot;&gt;TF-IDF&lt;/font&gt;&lt;font face=&quot;宋体&quot;&gt;，&lt;/font&gt;&lt;font face=&quot;Times New Roman&quot;&gt;TF&lt;/font&gt;&lt;font face=&quot;宋体&quot;&gt;为词语频率，&lt;/font&gt;&lt;font face=&quot;Times New Roman&quot;&gt;IDF&lt;/font&gt;&lt;font face=&quot;宋体&quot;&gt;为逆文档频率&lt;/font&gt;&lt;div&gt;&lt;font face=&quot;宋体&quot;&gt;都是用来体现词语重要性的指标&lt;/font&gt;&lt;div&gt;&lt;font face=&quot;Times New Roman&quot;&gt;TF&lt;/font&gt;计算为词语在文档中频率/&lt;font face=&quot;Times New Roman&quot;&gt;IDF&lt;/font&gt;计算为所用文档中出现比例的倒数&lt;/div&gt;&lt;/div&gt;&lt;div&gt;超参数&lt;font face=&quot;Times New Roman&quot;&gt;k1&lt;/font&gt;用以控制 &lt;font face=&quot;Times New Roman&quot;&gt;b&lt;/font&gt; 用以控制文档长度造成的影响&lt;/div&gt;&lt;div&gt;流程为&lt;/div&gt;&lt;div&gt;&lt;font face=&quot;Times New Roman&quot;&gt;1&amp;nbsp;&amp;nbsp;&lt;/font&gt;统计单句词频&lt;font face=&quot;Times New Roman&quot;&gt;&amp;amp;&amp;amp;&lt;/font&gt;总词频&amp;nbsp;&lt;/div&gt;&lt;div&gt;&lt;font face=&quot;Times New Roman&quot;&gt;2&amp;nbsp;&amp;nbsp;&lt;/font&gt;统计逆文档频率 （&lt;font face=&quot;Times New Roman&quot;&gt;query&lt;/font&gt;的词得在词表里，不然直接&lt;font face=&quot;Times New Roman&quot;&gt;0&lt;/font&gt;）&lt;/div&gt;&lt;div&gt;&lt;font face=&quot;Times New Roman&quot;&gt;3&lt;/font&gt; 遍历&lt;font face=&quot;Times New Roman&quot;&gt;query&lt;/font&gt;的词，&lt;span style=&quot;background-color: initial;&quot;&gt;单句词频单独计算，&lt;/span&gt;&lt;span style=&quot;background-color: initial;&quot;&gt;计算对单句的得分再加和&lt;/span&gt;&lt;/div&gt;&lt;div&gt;&lt;span style=&quot;background-color: initial;&quot;&gt;&lt;font face=&quot;Times New Roman&quot;&gt;4&lt;/font&gt; 计算所有的得分&lt;/span&gt;&lt;/div&gt;" vertex="1">
+           <mxGeometry height="145" width="430" x="-85" y="325" as="geometry" />
        </mxCell>
-         <mxCell id="O_Eo14AQ1HiPcfrSu76b-43" value="&lt;font face=&quot;Times New Roman&quot;&gt;Jieba&lt;/font&gt;&lt;font face=&quot;宋体&quot;&gt;分词原理与使用&lt;/font&gt;" style="text;html=1;align=left;verticalAlign=middle;whiteSpace=wrap;rounded=0;fontFamily=宋体;" parent="1" vertex="1">
-           <mxGeometry x="-85" y="530" width="385" height="35" as="geometry" />
+         <mxCell id="O_Eo14AQ1HiPcfrSu76b-43" parent="1" style="text;html=1;align=left;verticalAlign=middle;whiteSpace=wrap;rounded=0;fontFamily=宋体;" value="&lt;font face=&quot;Times New Roman&quot;&gt;Jieba&lt;/font&gt;&lt;font face=&quot;宋体&quot;&gt;分词原理与使用（简略看即可）&lt;/font&gt;" vertex="1">
+           <mxGeometry height="35" width="385" x="-85" y="530" as="geometry" />
        </mxCell>
-         <mxCell id="z1lQjwvy5pSk2mGMMR6U-1" value="&lt;span style=&quot;font-size: 9px;&quot;&gt;Embedding finetuning&lt;/span&gt;" style="rounded=0;whiteSpace=wrap;html=1;verticalAlign=middle;fontFamily=Times New Roman;fillColor=#1D2570;strokeColor=none;strokeWidth=1;fontColor=#FFFFFF;fontSize=9;" parent="1" vertex="1">
-           <mxGeometry x="360" y="87.5" width="90" height="15" as="geometry" />
+         <mxCell id="z1lQjwvy5pSk2mGMMR6U-1" parent="1" style="rounded=0;whiteSpace=wrap;html=1;verticalAlign=middle;fontFamily=Times New Roman;fillColor=#1D2570;strokeColor=none;strokeWidth=1;fontColor=#FFFFFF;fontSize=9;" value="&lt;span style=&quot;font-size: 9px;&quot;&gt;Embedding finetuning&lt;/span&gt;" vertex="1">
+           <mxGeometry height="15" width="90" x="360" y="87.5" as="geometry" />
        </mxCell>
-         <mxCell id="z1lQjwvy5pSk2mGMMR6U-2" value="&lt;span style=&quot;font-size: 9px;&quot;&gt;LLM finetunning&lt;/span&gt;" style="rounded=0;whiteSpace=wrap;html=1;verticalAlign=middle;fontFamily=Times New Roman;fillColor=#1D2570;strokeColor=none;strokeWidth=1;fontColor=#FFFFFF;fontSize=9;" parent="1" vertex="1">
-           <mxGeometry x="360" y="110" width="90" height="15" as="geometry" />
+         <mxCell id="z1lQjwvy5pSk2mGMMR6U-2" parent="1" style="rounded=0;whiteSpace=wrap;html=1;verticalAlign=middle;fontFamily=Times New Roman;fillColor=#1D2570;strokeColor=none;strokeWidth=1;fontColor=#FFFFFF;fontSize=9;" value="&lt;span style=&quot;font-size: 9px;&quot;&gt;LLM finetunning&lt;/span&gt;" vertex="1">
+           <mxGeometry height="15" width="90" x="360" y="110" as="geometry" />
        </mxCell>
-         <mxCell id="z1lQjwvy5pSk2mGMMR6U-4" value="&lt;font face=&quot;Times New Roman&quot;&gt;MMR&lt;/font&gt;&lt;font face=&quot;宋体&quot;&gt;最大边缘相关性算法：用于提高重排算法&lt;/font&gt;&lt;font face=&quot;Times New Roman&quot;&gt;TopK&lt;/font&gt;&lt;font face=&quot;宋体&quot;&gt;推荐列表的多样性&lt;/font&gt;&lt;div&gt;&lt;font face=&quot;宋体&quot;&gt;原理为加权计算推荐得分与相似度得分，根据加权分逐个选入&lt;/font&gt;&lt;span style=&quot;font-family: &amp;quot;Times New Roman&amp;quot;; background-color: initial;&quot;&gt;TopK&lt;/span&gt;&lt;/div&gt;" style="text;html=1;align=left;verticalAlign=middle;whiteSpace=wrap;rounded=0;fontFamily=宋体;" parent="1" vertex="1">
-           <mxGeometry x="-85" y="480" width="405" height="35" as="geometry" />
+         <mxCell id="z1lQjwvy5pSk2mGMMR6U-4" parent="1" style="text;html=1;align=left;verticalAlign=middle;whiteSpace=wrap;rounded=0;fontFamily=宋体;" value="&lt;font face=&quot;Times New Roman&quot;&gt;MMR&lt;/font&gt;&lt;font face=&quot;宋体&quot;&gt;最大边缘相关性算法：用于提高重排算法&lt;/font&gt;&lt;font face=&quot;Times New Roman&quot;&gt;TopK&lt;/font&gt;&lt;font face=&quot;宋体&quot;&gt;推荐列表的多样性&lt;/font&gt;&lt;div&gt;&lt;font face=&quot;宋体&quot;&gt;原理为加权计算推荐得分与相似度得分，根据加权分逐个选入&lt;/font&gt;&lt;span style=&quot;font-family: &amp;quot;Times New Roman&amp;quot;; background-color: initial;&quot;&gt;TopK&lt;/span&gt;&lt;/div&gt;" vertex="1">
+           <mxGeometry height="35" width="405" x="-85" y="480" as="geometry" />
        </mxCell>
-         <mxCell id="z1lQjwvy5pSk2mGMMR6U-5" value="&lt;font&gt;具体实现使用&lt;font face=&quot;Times New Roman&quot;&gt;PYPDF&lt;/font&gt;&lt;font face=&quot;宋体&quot;&gt;，具体做法有点粗糙，直接将一页内容读成一个字符串，然后滑动窗口切割成语料列表，一条语料就是后续用以检索的数据。&lt;/font&gt;&lt;/font&gt;" style="text;html=1;align=left;verticalAlign=middle;whiteSpace=wrap;rounded=0;fontFamily=宋体;" parent="1" vertex="1">
-           <mxGeometry x="-420" y="245" width="305" height="45" as="geometry" />
+         <mxCell id="z1lQjwvy5pSk2mGMMR6U-5" parent="1" style="text;html=1;align=left;verticalAlign=middle;whiteSpace=wrap;rounded=0;fontFamily=宋体;" value="&lt;font&gt;具体实现使用&lt;font face=&quot;Times New Roman&quot;&gt;PYPDF&lt;/font&gt;&lt;font face=&quot;宋体&quot;&gt;，具体做法有点粗糙，直接将一页内容读成一个字符串，然后滑动窗口切割成语料列表，一条语料就是后续用以检索的数据。&lt;br&gt;后续可以优化成根据寓意分成语料&lt;/font&gt;&lt;/font&gt;" vertex="1">
+           <mxGeometry height="75" width="305" x="-420" y="245" as="geometry" />
        </mxCell>
-         <mxCell id="z1lQjwvy5pSk2mGMMR6U-6" value="索引构建，首先" style="text;html=1;align=left;verticalAlign=middle;whiteSpace=wrap;rounded=0;fontFamily=宋体;" parent="1" vertex="1">
-           <mxGeometry x="-420" y="185" width="305" height="35" as="geometry" />
+         <mxCell id="z1lQjwvy5pSk2mGMMR6U-6" parent="1" style="text;html=1;align=left;verticalAlign=middle;whiteSpace=wrap;rounded=0;fontFamily=宋体;" value="索引构建，首先" vertex="1">
+           <mxGeometry height="35" width="305" x="-420" y="185" as="geometry" />
        </mxCell>
-         <mxCell id="z1lQjwvy5pSk2mGMMR6U-7" value="检索环节，分为召回与重排两个部分，其实这个检索模型跟推荐挺像的。召回环节通过两种方法召回，一种是&lt;font face=&quot;Times New Roman&quot;&gt;BM2.5&lt;/font&gt;匹配方法，一种是" style="text;html=1;align=left;verticalAlign=middle;whiteSpace=wrap;rounded=0;fontFamily=宋体;" parent="1" vertex="1">
-           <mxGeometry x="-420" y="95" width="315" height="54" as="geometry" />
+         <mxCell id="z1lQjwvy5pSk2mGMMR6U-7" parent="1" style="text;html=1;align=left;verticalAlign=middle;whiteSpace=wrap;rounded=0;fontFamily=宋体;" value="检索环节，分为召回与重排两个部分，其实这个检索模型跟推荐挺像的。召回环节通过两种方法召回，一种是&lt;font face=&quot;Times New Roman&quot;&gt;BM2.5&lt;/font&gt;匹配方法，一种是" vertex="1">
+           <mxGeometry height="54" width="315" x="-420" y="95" as="geometry" />
        </mxCell>
      </root>
    </mxGraphModel>
  </diagram>
</mxfile>
